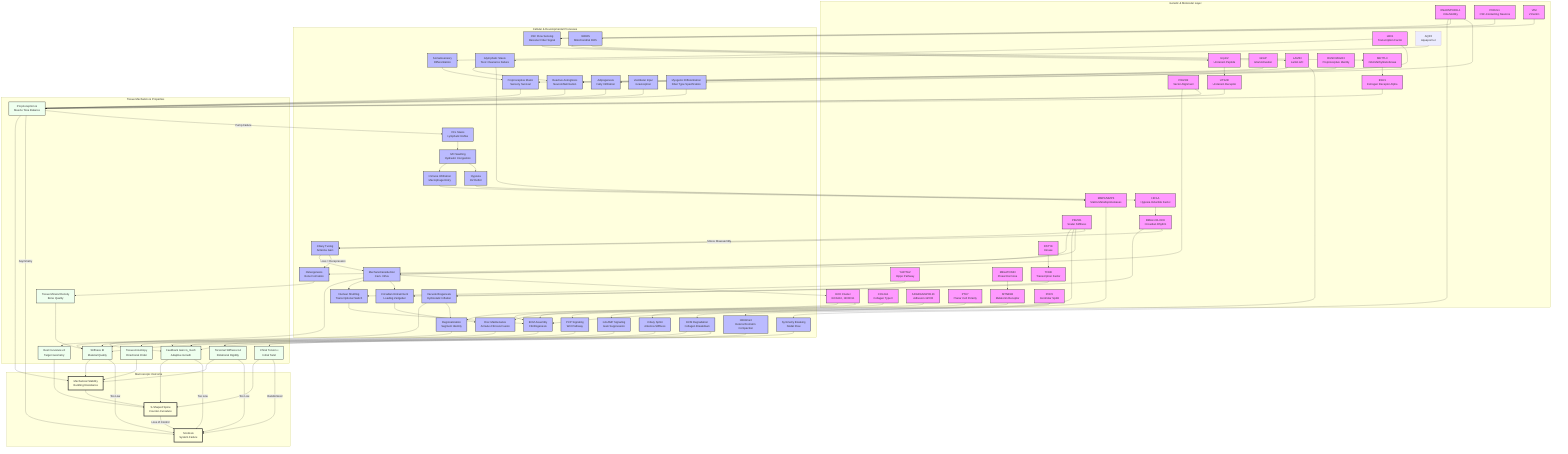
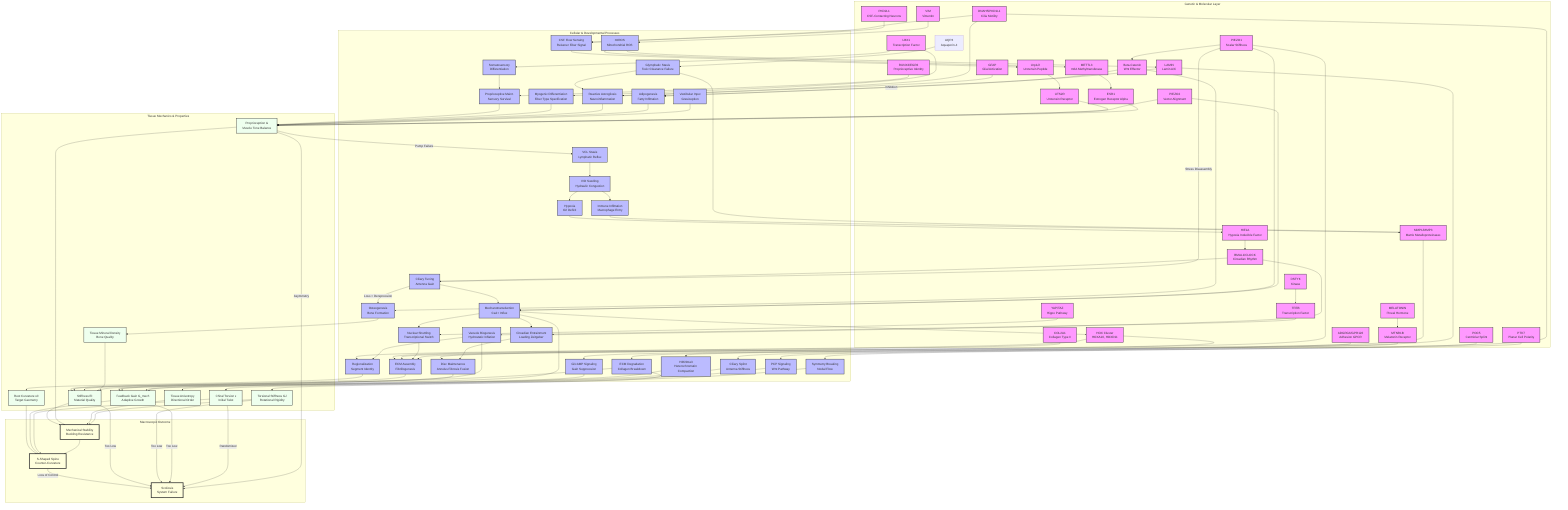
graph TD
    %% Subgraphs for Organization
    subgraph Genetics [Genetic & Molecular Layer]
        HOX[HOX Cluster<br/>HOXA10, HOXD11]
        COL[COL2A1<br/>Collagen Type II]
        PIEZO1[PIEZO1<br/>Scalar Stiffness]
        PIEZO2[PIEZO2<br/>Vector Alignment]
        CILIA[DNAH5/PKD1L1<br/>Cilia Motility]
        LBX1[LBX1<br/>Transcription Factor]
        ADGRG6[ADGRG6/GPR126<br/>Adhesion GPCR]
        PTK7[PTK7<br/>Planar Cell Polarity]
        YAP[YAP/TAZ<br/>Hippo Pathway]
        PKD2L1[PKD2L1<br/>CSF-Contacting Neurons]
        MMP[MMP1/MMP3<br/>Matrix Metalloproteinases]
        URP[Urp1/2<br/>Urotensin Peptide]
        UTS2R[UTS2R<br/>Urotensin Receptor]
        GFAP[GFAP<br/>Glial Activation]
        VIM[VIM<br/>Vimentin]
        LAMIN[LAMIN<br/>Lamin A/C]
        BMAL1[BMAL1/CLOCK<br/>Circadian Rhythm]
        RUNX3[RUNX3/EGR3<br/>Proprioceptive Identity]
        METTL3[METTL3<br/>m6A Methyltransferase]
        ESR1[ESR1<br/>Estrogen Receptor Alpha]
        AQP4[AQP4<br/>Aquaporin-4]
        MELATONIN[MELATONIN<br/>Pineal Hormone]
        MT2[MTNR1B<br/>Melatonin Receptor]
        HIF1A[HIF1A<br/>Hypoxia Inducible Factor]
        POC5[POC5<br/>Centriolar Splint]
        DSTYK[DSTYK<br/>Kinase]
        TFEB[TFEB<br/>Transcription Factor]
+         Beta_Catenin[Beta-Catenin<br/>Wnt Effector]
    end

    subgraph Processes [Cellular & Developmental Processes]
        Astrogliosis[Reactive Astrogliosis<br/>Neuroinflammation]
        Region[Regionalization<br/>Segment Identity]
        ECM_Assembly[ECM Assembly<br/>Fibrillogenesis]
        Nucl_Shuttle[Nuclear Shuttling<br/>Transcriptional Switch]
        Mech_Trans[Mechanotransduction<br/>Ca2+ Influx]
        Sym_Break[Symmetry Breaking<br/>Nodal Flow]
        CSF_Sensing[CSF Flow Sensing<br/>Reissner Fiber Signal]
        Neur_Diff[Somatosensory<br/>Differentiation]
        Muscle_Diff[Myogenic Differentiation<br/>Fiber Type Specification]
        Disc_Maint[Disc Maintenance<br/>Annulus Fibrosis Fusion]
        PCP_Sig[PCP Signaling<br/>Wnt Pathway]
        Degradation[ECM Degradation<br/>Collagen Breakdown]
        mtROS[mtROS<br/>Mitochondrial ROS]
        Adipogenesis[Adipogenesis<br/>Fatty Infiltration]
        Hydraulic_Congestion[IVD Swelling<br/>Hydraulic Congestion]
        Immune_Infilt[Immune Infiltration<br/>Macrophage Entry]
        Circadian_Entrain[Circadian Entrainment<br/>Loading Zeitgeber]
        Proprio_Maint[Proprioceptive Maint.<br/>Sensory Survival]
        H3K9me3[H3K9me3<br/>Heterochromatin Compaction]
        VCL_Stasis[VCL Stasis<br/>Lymphatic Reflux]
        Glymphatic_Stasis[Glymphatic Stasis<br/>Toxic Clearance Failure]
        Vestibular_Input[Vestibular Input<br/>Graviception]
        Gi_cAMP[Gi/cAMP Signaling<br/>Gain Suppression]
        Ciliary_Tuning[Ciliary Tuning<br/>Antenna Gain]
        Hypoxia[Hypoxia<br/>O2 Deficit]
        Osteogenesis[Osteogenesis<br/>Bone Formation]
        Ciliary_Splint[Ciliary Splint<br/>Antenna Stiffness]
        Vacuole_Biogenesis[Vacuole Biogenesis<br/>Hydrostatic Inflation]
    end

    subgraph Tissue [Tissue Mechanics & Properties]
        Rest_Kappa[Rest Curvature κ0<br/>Target Geometry]
        Stiffness[Stiffness EI<br/>Material Quality]
        Torsional_Stiffness[Torsional Stiffness GJ<br/>Rotational Rigidity]
        Gain[Feedback Gain G_mech<br/>Adaptive Growth]
        Torsion[Chiral Torsion ε<br/>Initial Twist]
        Muscle_Tone[Proprioception &<br/>Muscle Tone Balance]
        Anisotropy[Tissue Anisotropy<br/>Directional Order]
        TMD[Tissue Mineral Density<br/>Bone Quality]
    end

    subgraph Outcome [Macroscopic Outcome]
        S_Curve[S-Shaped Spine<br/>Counter-Curvature]
        Stability[Mechanical Stability<br/>Buckling Resistance]
        Scoliosis[Scoliosis<br/>System Failure]
    end

    %% Connections
    HOX --> Region
    Region --> Rest_Kappa
    Rest_Kappa --> S_Curve

    COL --> ECM_Assembly
    ECM_Assembly --> Stiffness
    Stiffness --> Stability

    PIEZO1 --> Mech_Trans
    PIEZO2 --> Mech_Trans
    Mech_Trans --> Gain
    Gain --> S_Curve

    %% NEW ARC: Piezo Duality (Vector-Scalar Mismatch)
    PIEZO1 --> ECM_Assembly
    PIEZO2 --> Muscle_Tone

    CILIA --> Sym_Break
    Sym_Break --> Torsion
    Torsion --> S_Curve

    LBX1 --> Neur_Diff
    LBX1 --> Muscle_Diff
    Neur_Diff --> Proprio_Maint
    Proprio_Maint --> Muscle_Tone
    Muscle_Diff --> Muscle_Tone
    Muscle_Tone --> Stability

    %% NEW ARC: Proprioceptive Maintenance
    RUNX3 --> Proprio_Maint

    %% NEW ARC: ADGRG6
    ADGRG6 --> Disc_Maint
    Disc_Maint --> Stiffness

    %% NEW ARC: PTK7
    PTK7 --> PCP_Sig
    PCP_Sig --> Anisotropy
    Anisotropy --> Stability

    %% NEW ARC: YAP/TAZ
    YAP --> Nucl_Shuttle
    Nucl_Shuttle --> ECM_Assembly
    Mech_Trans --> Nucl_Shuttle

    %% NEW ARC: CSF/Reissner Fiber
    CILIA --> CSF_Sensing
    PKD2L1 --> CSF_Sensing
    CSF_Sensing --> URP
    URP --> UTS2R
    UTS2R --> Muscle_Tone

    %% NEW ARC: MMP Degradation
    MMP --> Degradation
    Degradation --> Stiffness

    %% NEW ARC: Neuro-Inflammatory Pathway
    CILIA --> Astrogliosis
    GFAP --> Astrogliosis
    Astrogliosis --> Muscle_Tone

    %% NEW ARC: Vimentin Metabolic Switch
    VIM --> mtROS
    mtROS --> LAMIN
    LAMIN --> Adipogenesis
    Adipogenesis --> Muscle_Tone

    %% NEW ARC: Inflamed Torsion
    Hydraulic_Congestion --> Immune_Infilt
    Immune_Infilt --> MMP
    Degradation --> Torsional_Stiffness
    Torsional_Stiffness --> Stability

    %% NEW ARC: Glymphatic Stasis
    AQP4 --> Glymphatic_Stasis
    Glymphatic_Stasis --> Astrogliosis

    %% NEW ARC: Glymphatic-MMP Axis (Chen et al., 2025)
    Glymphatic_Stasis --> MMP

    %% NEW ARC: Melatonin Gain Control
    MELATONIN --> MT2
    MT2 --> Gi_cAMP
    Gi_cAMP --> Gain

    %% NEW ARC: Vestibular Asymmetry
    Vestibular_Input --> Muscle_Tone

    %% Cross-Talk and Failures
    Stability --> S_Curve
    S_Curve -- "Loss of Control" --> Scoliosis
    Stiffness -- "Too Low" --> Scoliosis
    Torsional_Stiffness -- "Too Low" --> Scoliosis
    Gain -- "Too Low" --> Scoliosis
    Torsion -- "Randomized" --> Scoliosis
    Muscle_Tone -- "Asymmetry" --> Scoliosis

    %% Styling
    classDef gene fill:#f9f,stroke:#333,stroke-width:2px;
    classDef process fill:#bbf,stroke:#333,stroke-width:2px;
    classDef tissue fill:#efe,stroke:#333,stroke-width:2px;
    classDef outcome fill:#ffd,stroke:#333,stroke-width:4px;

    %% NEW ARC: Spinal Jetlag
    BMAL1 --> Circadian_Entrain
    Mech_Trans --> Circadian_Entrain
    Circadian_Entrain --> Disc_Maint

    %% NEW ARC: Tunable Antenna (Miyoshi et al., 2024)
    BMAL1 --> Ciliary_Tuning
    Ciliary_Tuning --> Mech_Trans

    %% NEW ARC: Epigenetic Asymmetry
    mtROS --> METTL3
    METTL3 --> ESR1
    ESR1 --> Muscle_Tone

    %% NEW ARC: Nuclear Stiffness (Scalar Senescence)
    LAMIN --> H3K9me3
    H3K9me3 --> Gain

    %% NEW ARC: Lymphatic Drainage Pathway (VCL)
    Muscle_Tone -- "Pump Failure" --> VCL_Stasis
    VCL_Stasis --> Hydraulic_Congestion

    %% NEW ARC: Hypoxic Clock Block (HIF1A)
    Hydraulic_Congestion --> Hypoxia
    Hypoxia --> HIF1A
    HIF1A --> BMAL1

    %% NEW ARC: Tension-Dependent Identity (HOX)
    Mech_Trans --> HOX
    HOX --> ECM_Assembly

    %% NEW ARC: Bone Mineralization (Ramli et al., 2024)
-     PIEZO1 --> Osteogenesis
+     %% PIEZO1 --> Osteogenesis (Replaced by BMSC Switch below)
    Osteogenesis --> TMD
    TMD --> Stiffness
+ 
+     %% NEW ARC: BMSC Fate Switch (Li et al., 2023)
+     PIEZO1 --> Beta_Catenin
+     Beta_Catenin --> Osteogenesis
+     Beta_Catenin -- "Inhibition" --> Adipogenesis

    %% NEW ARC: Centriolar Splint (POC5)
    POC5 --> Ciliary_Splint
    Ciliary_Splint --> Gain

    %% NEW ARC: Hydrostatic Skeleton (DSTYK/TFEB)
    DSTYK --> TFEB
    TFEB --> Vacuole_Biogenesis
    Vacuole_Biogenesis --> Stiffness
    Vacuole_Biogenesis --> Region

    %% NEW ARC: Piezo-Cilia Stress Lock (Chen et al., 2025)
    PIEZO1 -- "Stress Disassembly" --> Ciliary_Tuning
    Ciliary_Tuning -- "Loss = Derepression" --> Osteogenesis

-     class HOX,COL,PIEZO1,PIEZO2,CILIA,LBX1,ADGRG6,PTK7,YAP,PKD2L1,MMP,URP,UTS2R,GFAP,VIM,LAMIN,BMAL1,RUNX3,METTL3,ESR1,MELATONIN,MT2,HIF1A,POC5,DSTYK,TFEB gene;
+     class HOX,COL,PIEZO1,PIEZO2,CILIA,LBX1,ADGRG6,PTK7,YAP,PKD2L1,MMP,URP,UTS2R,GFAP,VIM,LAMIN,BMAL1,RUNX3,METTL3,ESR1,MELATONIN,MT2,HIF1A,POC5,DSTYK,TFEB,Beta_Catenin gene;
    class Region,ECM_Assembly,Mech_Trans,Sym_Break,Neur_Diff,Muscle_Diff,Disc_Maint,PCP_Sig,Nucl_Shuttle,CSF_Sensing,Degradation,Astrogliosis,mtROS,Adipogenesis,Hydraulic_Congestion,Immune_Infilt,Circadian_Entrain,Proprio_Maint,H3K9me3,VCL_Stasis,Glymphatic_Stasis,Vestibular_Input,Gi_cAMP,Ciliary_Tuning,Hypoxia,Osteogenesis,Ciliary_Splint,Vacuole_Biogenesis process;
    class Rest_Kappa,Stiffness,Torsional_Stiffness,Gain,Torsion,Muscle_Tone,Anisotropy,TMD tissue;
    class S_Curve,Stability,Scoliosis outcome;
